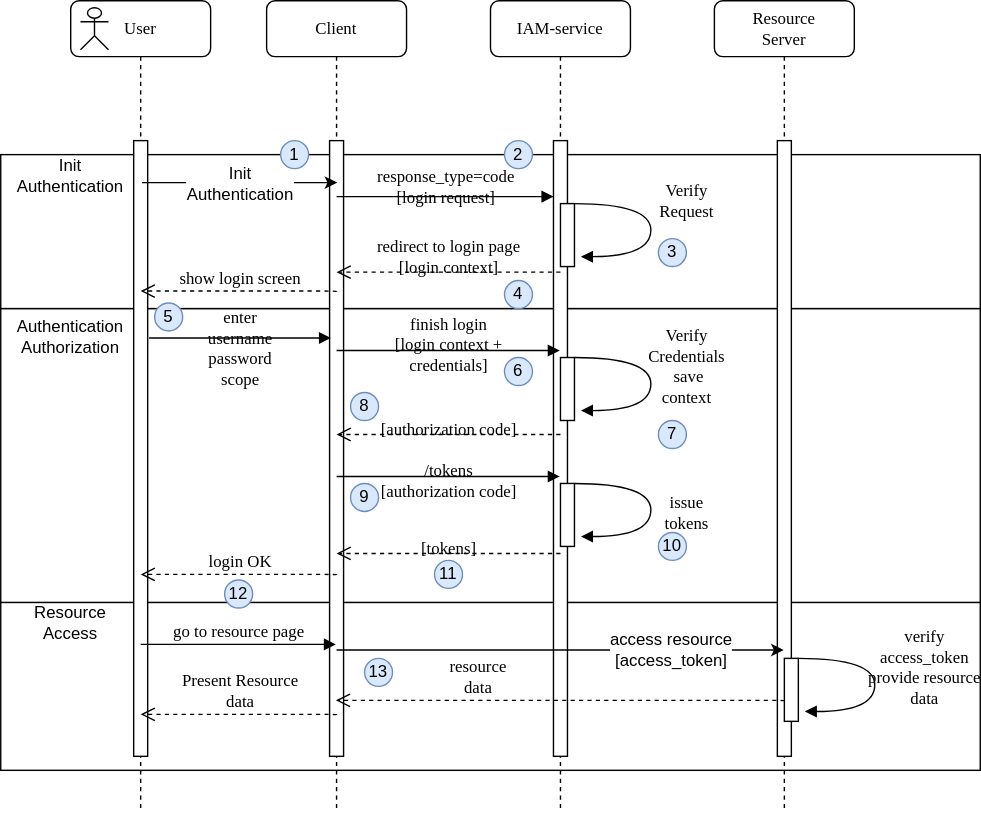
This is docs/oauth2/131_authorization-code-flow.svg from jveverka/iam-service, a draw.io export, as it was before one commit. Source tidied: cells renumbered, new cells last; positions are measured from the earlier drawing's top-left corner, leaving out a move shared by most shapes.
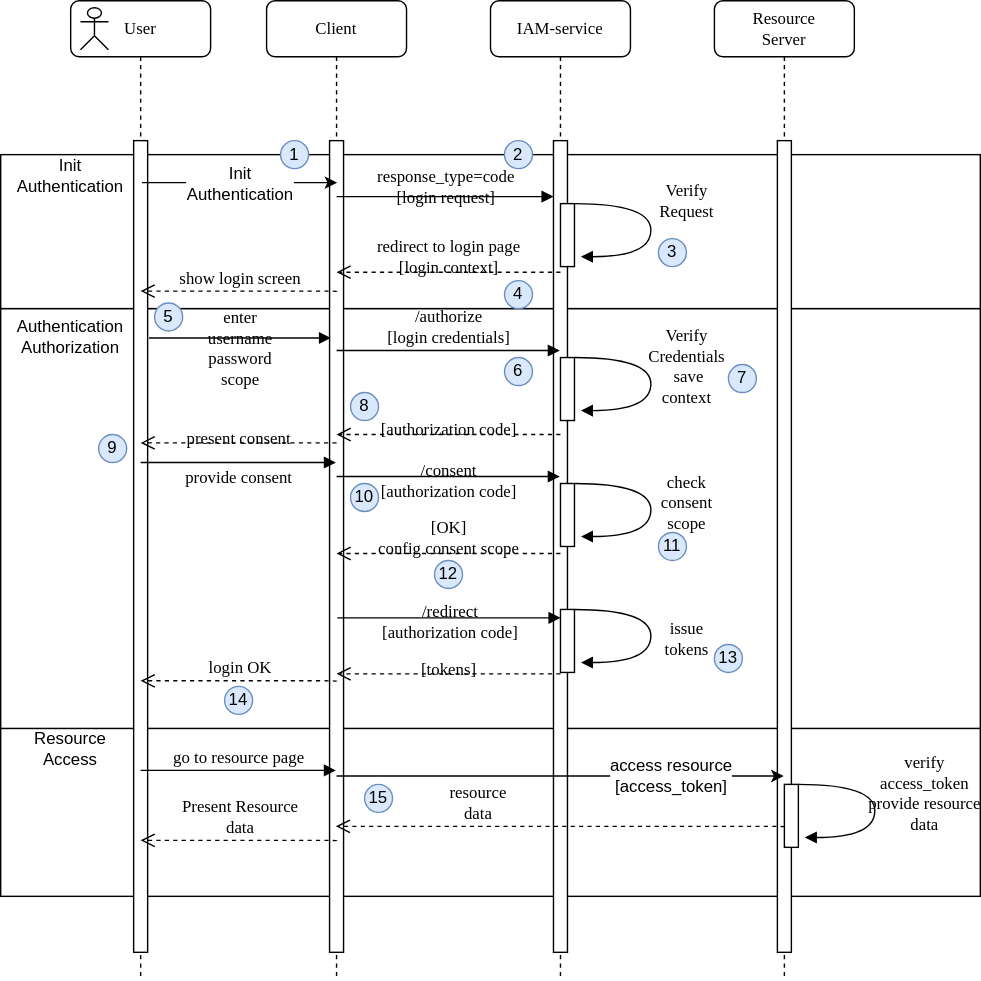
Above is the later version.

Commit message:
fixed redirect uri

Change to the diagram source:
```diff
@@ -3,31 +3,31 @@
     <mxCell id="0" />
     <mxCell id="1" parent="0" />
     <mxCell id="2" style="rounded=0;whiteSpace=wrap;html=1;" parent="1" vertex="1">
-      <mxGeometry y="430" width="700" height="120" as="geometry" />
+      <mxGeometry y="520" width="700" height="120" as="geometry" />
     </mxCell>
     <mxCell id="3" style="rounded=0;whiteSpace=wrap;html=1;" parent="1" vertex="1">
-      <mxGeometry y="220" width="700" height="210" as="geometry" />
+      <mxGeometry y="220" width="700" height="300" as="geometry" />
     </mxCell>
     <mxCell id="4" style="rounded=0;whiteSpace=wrap;html=1;" parent="1" vertex="1">
       <mxGeometry y="110" width="700" height="110" as="geometry" />
     </mxCell>
     <mxCell id="5" value="Client" style="shape=umlLifeline;perimeter=lifelinePerimeter;whiteSpace=wrap;html=1;rounded=1;shadow=0;comic=0;labelBackgroundColor=none;strokeWidth=1;fontFamily=Verdana;fontSize=12;align=center;" parent="1" vertex="1">
-      <mxGeometry x="190" width="100" height="580" as="geometry" />
+      <mxGeometry x="190" width="100" height="700" as="geometry" />
     </mxCell>
     <mxCell id="6" style="html=1;perimeter=orthogonalPerimeter;rounded=0;shadow=0;comic=0;labelBackgroundColor=none;strokeWidth=1;fontFamily=Verdana;fontSize=12;align=center;" parent="5" vertex="1">
-      <mxGeometry x="45" y="100" width="10" height="440" as="geometry" />
+      <mxGeometry x="45" y="100" width="10" height="580" as="geometry" />
     </mxCell>
     <mxCell id="7" value="IAM-service" style="shape=umlLifeline;perimeter=lifelinePerimeter;whiteSpace=wrap;html=1;rounded=1;shadow=0;comic=0;labelBackgroundColor=none;strokeWidth=1;fontFamily=Verdana;fontSize=12;align=center;" parent="1" vertex="1">
-      <mxGeometry x="350" width="100" height="580" as="geometry" />
+      <mxGeometry x="350" width="100" height="700" as="geometry" />
     </mxCell>
     <mxCell id="8" style="html=1;perimeter=orthogonalPerimeter;rounded=0;shadow=0;comic=0;labelBackgroundColor=none;strokeWidth=1;fontFamily=Verdana;fontSize=12;align=center;" parent="7" vertex="1">
-      <mxGeometry x="45" y="100" width="10" height="440" as="geometry" />
+      <mxGeometry x="45" y="100" width="10" height="580" as="geometry" />
     </mxCell>
     <mxCell id="9" value="User" style="shape=umlLifeline;perimeter=lifelinePerimeter;whiteSpace=wrap;html=1;rounded=1;shadow=0;comic=0;labelBackgroundColor=none;strokeWidth=1;fontFamily=Verdana;fontSize=12;align=center;" parent="1" vertex="1">
-      <mxGeometry x="50" width="100" height="580" as="geometry" />
+      <mxGeometry x="50" width="100" height="700" as="geometry" />
     </mxCell>
     <mxCell id="10" style="html=1;perimeter=orthogonalPerimeter;rounded=0;shadow=0;comic=0;labelBackgroundColor=none;strokeWidth=1;fontFamily=Verdana;fontSize=12;align=center;" parent="9" vertex="1">
-      <mxGeometry x="45" y="100" width="10" height="440" as="geometry" />
+      <mxGeometry x="45" y="100" width="10" height="580" as="geometry" />
     </mxCell>
     <mxCell id="11" style="shape=umlActor;verticalLabelPosition=bottom;labelBackgroundColor=#ffffff;verticalAlign=top;html=1;" parent="9" vertex="1">
       <mxGeometry x="7" y="5" width="20" height="30" as="geometry" />
@@ -73,8 +73,8 @@
         </Array>
       </mxGeometry>
     </mxCell>
-    <mxCell id="18" value="finish login&lt;br&gt;[login context +&lt;br&gt;credentials]" style="html=1;verticalAlign=bottom;endArrow=block;labelBackgroundColor=none;fontFamily=Verdana;fontSize=12;edgeStyle=elbowEdgeStyle;elbow=vertical;" parent="1" edge="1">
-      <mxGeometry y="-20" relative="1" as="geometry">
+    <mxCell id="18" value="/authorize&lt;br&gt;[login credentials]" style="html=1;verticalAlign=bottom;endArrow=block;labelBackgroundColor=none;fontFamily=Verdana;fontSize=12;edgeStyle=elbowEdgeStyle;elbow=vertical;" parent="1" edge="1">
+      <mxGeometry relative="1" as="geometry">
         <mxPoint x="240" y="250" as="sourcePoint" />
         <mxPoint x="399.5" y="250" as="targetPoint" />
       </mxGeometry>
@@ -105,7 +105,7 @@
         </Array>
       </mxGeometry>
     </mxCell>
-    <mxCell id="22" value="/tokens&lt;br&gt;[authorization code]" style="html=1;verticalAlign=bottom;endArrow=block;labelBackgroundColor=none;fontFamily=Verdana;fontSize=12;edgeStyle=elbowEdgeStyle;elbow=vertical;" parent="1" edge="1">
+    <mxCell id="22" value="/consent&lt;br&gt;[authorization code]" style="html=1;verticalAlign=bottom;endArrow=block;labelBackgroundColor=none;fontFamily=Verdana;fontSize=12;edgeStyle=elbowEdgeStyle;elbow=vertical;" parent="1" edge="1">
       <mxGeometry y="-20" relative="1" as="geometry">
         <mxPoint x="240" y="340" as="sourcePoint" />
         <mxPoint x="399.5" y="340" as="targetPoint" />
@@ -125,7 +125,7 @@
         <mxPoint y="1" as="offset" />
       </mxGeometry>
     </mxCell>
-    <mxCell id="25" value="[tokens]" style="html=1;verticalAlign=bottom;endArrow=open;dashed=1;endSize=8;labelBackgroundColor=none;fontFamily=Verdana;fontSize=12;edgeStyle=elbowEdgeStyle;elbow=vertical;" parent="1" edge="1">
+    <mxCell id="25" value="[OK]&lt;br&gt;config consent scope" style="html=1;verticalAlign=bottom;endArrow=open;dashed=1;endSize=8;labelBackgroundColor=none;fontFamily=Verdana;fontSize=12;edgeStyle=elbowEdgeStyle;elbow=vertical;" parent="1" edge="1">
       <mxGeometry y="6" relative="1" as="geometry">
         <mxPoint x="400" y="395" as="sourcePoint" />
         <mxPoint x="240" y="395" as="targetPoint" />
@@ -138,7 +138,7 @@
     <mxCell id="26" style="html=1;perimeter=orthogonalPerimeter;rounded=0;shadow=0;comic=0;labelBackgroundColor=none;strokeWidth=1;fontFamily=Verdana;fontSize=12;align=center;" parent="1" vertex="1">
       <mxGeometry x="400" y="345" width="10" height="45" as="geometry" />
     </mxCell>
-    <mxCell id="27" value="issue&lt;br&gt;tokens" style="html=1;verticalAlign=bottom;endArrow=block;labelBackgroundColor=none;fontFamily=Verdana;fontSize=12;elbow=vertical;edgeStyle=orthogonalEdgeStyle;curved=1;entryX=1;entryY=0.286;entryPerimeter=0;exitX=1.038;exitY=0.345;exitPerimeter=0;" parent="1" edge="1">
+    <mxCell id="27" value="check&lt;br&gt;consent &lt;br&gt;scope" style="html=1;verticalAlign=bottom;endArrow=block;labelBackgroundColor=none;fontFamily=Verdana;fontSize=12;elbow=vertical;edgeStyle=orthogonalEdgeStyle;curved=1;entryX=1;entryY=0.286;entryPerimeter=0;exitX=1.038;exitY=0.345;exitPerimeter=0;" parent="1" edge="1">
       <mxGeometry x="0.3" y="25" relative="1" as="geometry">
         <mxPoint x="410" y="345" as="sourcePoint" />
         <mxPoint x="414.6" y="382.9" as="targetPoint" />
@@ -151,11 +151,11 @@
     </mxCell>
     <mxCell id="28" value="login OK" style="html=1;verticalAlign=bottom;endArrow=open;dashed=1;endSize=8;labelBackgroundColor=none;fontFamily=Verdana;fontSize=12;edgeStyle=elbowEdgeStyle;elbow=vertical;" parent="1" edge="1">
       <mxGeometry relative="1" as="geometry">
-        <mxPoint x="240" y="410.5" as="sourcePoint" />
-        <mxPoint x="100" y="410" as="targetPoint" />
+        <mxPoint x="240" y="486.5" as="sourcePoint" />
+        <mxPoint x="100" y="486" as="targetPoint" />
         <Array as="points">
-          <mxPoint x="205" y="410" />
-          <mxPoint x="235" y="410" />
+          <mxPoint x="205" y="486" />
+          <mxPoint x="235" y="486" />
         </Array>
       </mxGeometry>
     </mxCell>
@@ -178,33 +178,33 @@
       <mxGeometry x="360" y="255" width="20" height="20" as="geometry" />
     </mxCell>
     <mxCell id="35" value="7" style="ellipse;whiteSpace=wrap;html=1;fillColor=#dae8fc;strokeColor=#6c8ebf;" parent="1" vertex="1">
-      <mxGeometry x="470" y="300" width="20" height="20" as="geometry" />
+      <mxGeometry x="520" y="260" width="20" height="20" as="geometry" />
     </mxCell>
     <mxCell id="36" value="8" style="ellipse;whiteSpace=wrap;html=1;fillColor=#dae8fc;strokeColor=#6c8ebf;" parent="1" vertex="1">
       <mxGeometry x="250" y="280" width="20" height="20" as="geometry" />
     </mxCell>
-    <mxCell id="37" value="9" style="ellipse;whiteSpace=wrap;html=1;fillColor=#dae8fc;strokeColor=#6c8ebf;" parent="1" vertex="1">
+    <mxCell id="37" value="10" style="ellipse;whiteSpace=wrap;html=1;fillColor=#dae8fc;strokeColor=#6c8ebf;" parent="1" vertex="1">
       <mxGeometry x="250" y="345" width="20" height="20" as="geometry" />
     </mxCell>
-    <mxCell id="38" value="10" style="ellipse;whiteSpace=wrap;html=1;fillColor=#dae8fc;strokeColor=#6c8ebf;" parent="1" vertex="1">
+    <mxCell id="38" value="11" style="ellipse;whiteSpace=wrap;html=1;fillColor=#dae8fc;strokeColor=#6c8ebf;" parent="1" vertex="1">
       <mxGeometry x="470" y="380" width="20" height="20" as="geometry" />
     </mxCell>
-    <mxCell id="39" value="11" style="ellipse;whiteSpace=wrap;html=1;fillColor=#dae8fc;strokeColor=#6c8ebf;" parent="1" vertex="1">
+    <mxCell id="39" value="12" style="ellipse;whiteSpace=wrap;html=1;fillColor=#dae8fc;strokeColor=#6c8ebf;" parent="1" vertex="1">
       <mxGeometry x="310" y="400" width="20" height="20" as="geometry" />
     </mxCell>
-    <mxCell id="40" value="12" style="ellipse;whiteSpace=wrap;html=1;fillColor=#dae8fc;strokeColor=#6c8ebf;" parent="1" vertex="1">
-      <mxGeometry x="160" y="414" width="20" height="20" as="geometry" />
+    <mxCell id="40" value="14" style="ellipse;whiteSpace=wrap;html=1;fillColor=#dae8fc;strokeColor=#6c8ebf;" parent="1" vertex="1">
+      <mxGeometry x="160" y="490" width="20" height="20" as="geometry" />
     </mxCell>
     <mxCell id="41" value="Resource&lt;br&gt;Server" style="shape=umlLifeline;perimeter=lifelinePerimeter;whiteSpace=wrap;html=1;rounded=1;shadow=0;comic=0;labelBackgroundColor=none;strokeWidth=1;fontFamily=Verdana;fontSize=12;align=center;" parent="1" vertex="1">
-      <mxGeometry x="510" width="100" height="580" as="geometry" />
+      <mxGeometry x="510" width="100" height="700" as="geometry" />
     </mxCell>
     <mxCell id="42" style="html=1;perimeter=orthogonalPerimeter;rounded=0;shadow=0;comic=0;labelBackgroundColor=none;strokeWidth=1;fontFamily=Verdana;fontSize=12;align=center;" parent="41" vertex="1">
-      <mxGeometry x="45" y="100" width="10" height="440" as="geometry" />
+      <mxGeometry x="45" y="100" width="10" height="580" as="geometry" />
     </mxCell>
     <mxCell id="43" style="endArrow=classic;html=1;" parent="1" edge="1">
       <mxGeometry relative="1" as="geometry">
-        <mxPoint x="240" y="464" as="sourcePoint" />
-        <mxPoint x="559.5" y="464" as="targetPoint" />
+        <mxPoint x="240" y="554" as="sourcePoint" />
+        <mxPoint x="559.5" y="554" as="targetPoint" />
       </mxGeometry>
     </mxCell>
     <mxCell id="44" value="access resource&lt;br&gt;[access_token]" style="text;html=1;align=center;verticalAlign=middle;labelBackgroundColor=#ffffff;" parent="43" vertex="1">
@@ -212,46 +212,46 @@
     </mxCell>
     <mxCell id="45" value="resource&lt;br&gt;data" style="html=1;verticalAlign=bottom;endArrow=open;dashed=1;endSize=8;labelBackgroundColor=none;fontFamily=Verdana;fontSize=12;edgeStyle=elbowEdgeStyle;elbow=vertical;" parent="1" edge="1">
       <mxGeometry x="0.37" relative="1" as="geometry">
-        <mxPoint x="560" y="500.5" as="sourcePoint" />
-        <mxPoint x="239.5" y="500" as="targetPoint" />
+        <mxPoint x="560" y="590.5" as="sourcePoint" />
+        <mxPoint x="239.5" y="590" as="targetPoint" />
         <Array as="points">
-          <mxPoint x="525" y="500" />
-          <mxPoint x="555" y="500" />
+          <mxPoint x="525" y="590" />
+          <mxPoint x="555" y="590" />
         </Array>
       </mxGeometry>
     </mxCell>
     <mxCell id="46" value="go to resource page" style="html=1;verticalAlign=bottom;endArrow=block;labelBackgroundColor=none;fontFamily=Verdana;fontSize=12;edgeStyle=elbowEdgeStyle;elbow=vertical;" parent="1" edge="1">
       <mxGeometry relative="1" as="geometry">
-        <mxPoint x="100" y="460" as="sourcePoint" />
-        <mxPoint x="239.5" y="460" as="targetPoint" />
+        <mxPoint x="100" y="550" as="sourcePoint" />
+        <mxPoint x="239.5" y="550" as="targetPoint" />
       </mxGeometry>
     </mxCell>
     <mxCell id="47" value="Present Resource&lt;br&gt;data" style="html=1;verticalAlign=bottom;endArrow=open;dashed=1;endSize=8;labelBackgroundColor=none;fontFamily=Verdana;fontSize=12;edgeStyle=elbowEdgeStyle;elbow=vertical;" parent="1" edge="1">
       <mxGeometry relative="1" as="geometry">
-        <mxPoint x="240" y="510.5" as="sourcePoint" />
-        <mxPoint x="100" y="510" as="targetPoint" />
+        <mxPoint x="240" y="600.5" as="sourcePoint" />
+        <mxPoint x="100" y="600" as="targetPoint" />
         <Array as="points">
-          <mxPoint x="205" y="510" />
-          <mxPoint x="235" y="510" />
+          <mxPoint x="205" y="600" />
+          <mxPoint x="235" y="600" />
         </Array>
       </mxGeometry>
     </mxCell>
     <mxCell id="48" style="html=1;perimeter=orthogonalPerimeter;rounded=0;shadow=0;comic=0;labelBackgroundColor=none;strokeWidth=1;fontFamily=Verdana;fontSize=12;align=center;" parent="1" vertex="1">
-      <mxGeometry x="560" y="470" width="10" height="45" as="geometry" />
+      <mxGeometry x="560" y="560" width="10" height="45" as="geometry" />
     </mxCell>
     <mxCell id="49" value="verify&lt;br&gt;access_token&lt;br&gt;provide resource&lt;br&gt;data" style="html=1;verticalAlign=bottom;endArrow=block;labelBackgroundColor=none;fontFamily=Verdana;fontSize=12;elbow=vertical;edgeStyle=orthogonalEdgeStyle;curved=1;entryX=1;entryY=0.286;entryPerimeter=0;exitX=1.038;exitY=0.345;exitPerimeter=0;" parent="1" edge="1">
       <mxGeometry x="0.3" y="35" relative="1" as="geometry">
-        <mxPoint x="570" y="470" as="sourcePoint" />
-        <mxPoint x="574.6" y="507.9" as="targetPoint" />
+        <mxPoint x="570" y="560" as="sourcePoint" />
+        <mxPoint x="574.6" y="597.9" as="targetPoint" />
         <Array as="points">
-          <mxPoint x="624.6" y="469.9" />
-          <mxPoint x="624.6" y="507.9" />
+          <mxPoint x="624.6" y="559.9" />
+          <mxPoint x="624.6" y="597.9" />
         </Array>
         <mxPoint y="1" as="offset" />
       </mxGeometry>
     </mxCell>
-    <mxCell id="50" value="13" style="ellipse;whiteSpace=wrap;html=1;fillColor=#dae8fc;strokeColor=#6c8ebf;" parent="1" vertex="1">
-      <mxGeometry x="260" y="470" width="20" height="20" as="geometry" />
+    <mxCell id="50" value="15" style="ellipse;whiteSpace=wrap;html=1;fillColor=#dae8fc;strokeColor=#6c8ebf;" parent="1" vertex="1">
+      <mxGeometry x="260" y="560" width="20" height="20" as="geometry" />
     </mxCell>
     <mxCell id="51" value="Init&lt;br&gt;Authentication" style="text;html=1;strokeColor=none;fillColor=none;align=center;verticalAlign=middle;whiteSpace=wrap;rounded=0;" parent="1" vertex="1">
       <mxGeometry x="10" y="110" width="80" height="30" as="geometry" />
@@ -260,7 +260,58 @@
       <mxGeometry x="10" y="225" width="80" height="30" as="geometry" />
     </mxCell>
     <mxCell id="53" value="Resource&lt;br&gt;Access" style="text;html=1;strokeColor=none;fillColor=none;align=center;verticalAlign=middle;whiteSpace=wrap;rounded=0;" parent="1" vertex="1">
-      <mxGeometry x="10" y="430" width="80" height="30" as="geometry" />
+      <mxGeometry x="10" y="520" width="80" height="30" as="geometry" />
     </mxCell>
+    <mxCell id="54" value="/redirect&lt;br&gt;[authorization code]" style="html=1;verticalAlign=bottom;endArrow=block;labelBackgroundColor=none;fontFamily=Verdana;fontSize=12;edgeStyle=elbowEdgeStyle;elbow=vertical;" parent="1" edge="1">
+      <mxGeometry y="-20" relative="1" as="geometry">
+        <mxPoint x="240.5" y="441" as="sourcePoint" />
+        <mxPoint x="400" y="441" as="targetPoint" />
+      </mxGeometry>
+    </mxCell>
+    <mxCell id="55" value="present consent" style="html=1;verticalAlign=bottom;endArrow=open;dashed=1;endSize=8;labelBackgroundColor=none;fontFamily=Verdana;fontSize=12;edgeStyle=elbowEdgeStyle;elbow=vertical;" parent="1" edge="1">
+      <mxGeometry y="6" relative="1" as="geometry">
+        <mxPoint x="240" y="316" as="sourcePoint" />
+        <mxPoint x="100" y="316" as="targetPoint" />
+        <Array as="points">
+          <mxPoint x="205" y="316" />
+          <mxPoint x="235" y="316" />
+        </Array>
+      </mxGeometry>
+    </mxCell>
+    <mxCell id="56" value="provide consent" style="html=1;verticalAlign=bottom;endArrow=block;labelBackgroundColor=none;fontFamily=Verdana;fontSize=12;edgeStyle=elbowEdgeStyle;elbow=vertical;" parent="1" edge="1">
+      <mxGeometry y="-20" relative="1" as="geometry">
+        <mxPoint x="100" y="330" as="sourcePoint" />
+        <mxPoint x="239.5" y="330" as="targetPoint" />
+      </mxGeometry>
+    </mxCell>
+    <mxCell id="57" value="9" style="ellipse;whiteSpace=wrap;html=1;fillColor=#dae8fc;strokeColor=#6c8ebf;" parent="1" vertex="1">
+      <mxGeometry x="70" y="310" width="20" height="20" as="geometry" />
+    </mxCell>
+    <mxCell id="58" value="13" style="ellipse;whiteSpace=wrap;html=1;fillColor=#dae8fc;strokeColor=#6c8ebf;" parent="1" vertex="1">
+      <mxGeometry x="510" y="460" width="20" height="20" as="geometry" />
+    </mxCell>
+    <mxCell id="59" value="[tokens]" style="html=1;verticalAlign=bottom;endArrow=open;dashed=1;endSize=8;labelBackgroundColor=none;fontFamily=Verdana;fontSize=12;edgeStyle=elbowEdgeStyle;elbow=vertical;" parent="1" edge="1">
+      <mxGeometry y="6" relative="1" as="geometry">
+        <mxPoint x="400" y="481" as="sourcePoint" />
+        <mxPoint x="240" y="481" as="targetPoint" />
+        <Array as="points">
+          <mxPoint x="375" y="481" />
+        </Array>
+      </mxGeometry>
+    </mxCell>
+    <mxCell id="60" style="html=1;perimeter=orthogonalPerimeter;rounded=0;shadow=0;comic=0;labelBackgroundColor=none;strokeWidth=1;fontFamily=Verdana;fontSize=12;align=center;" parent="1" vertex="1">
+      <mxGeometry x="400" y="435" width="10" height="45" as="geometry" />
+    </mxCell>
+    <mxCell id="61" value="issue&lt;br&gt;tokens" style="html=1;verticalAlign=bottom;endArrow=block;labelBackgroundColor=none;fontFamily=Verdana;fontSize=12;elbow=vertical;edgeStyle=orthogonalEdgeStyle;curved=1;entryX=1;entryY=0.286;entryPerimeter=0;exitX=1.038;exitY=0.345;exitPerimeter=0;" parent="1" edge="1">
+      <mxGeometry x="0.3" y="25" relative="1" as="geometry">
+        <mxPoint x="410" y="435" as="sourcePoint" />
+        <mxPoint x="414.6" y="472.9" as="targetPoint" />
+        <Array as="points">
+          <mxPoint x="464.6" y="434.9" />
+          <mxPoint x="464.6" y="472.9" />
+        </Array>
+        <mxPoint y="1" as="offset" />
+      </mxGeometry>
+    </mxCell>
   </root>
 </mxGraphModel>
```
